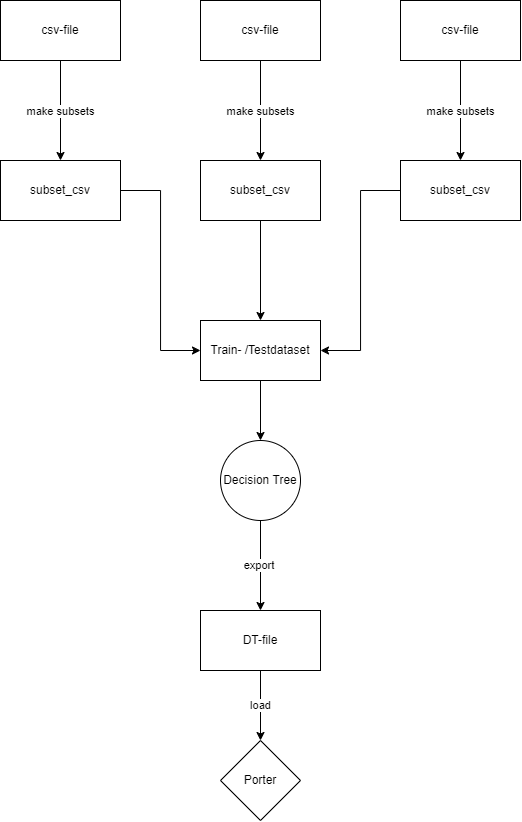
sandrosage/Monitoring_Converter_ML keeps this draw.io diagram as Data_Preprocessing_Sequencediagram.png. Above is the earlier version. Source tidied: cells renumbered, new cells last; positions are measured from the earlier drawing's top-left corner, leaving out a move shared by most shapes. The source it was exported from:
```xml
<mxGraphModel>
  <root>
    <mxCell id="0" />
    <mxCell id="1" parent="0" />
    <mxCell id="2" value="make subsets" style="edgeStyle=orthogonalEdgeStyle;rounded=0;jettySize=auto;html=1;" parent="1" edge="1" source="3" target="9">
      <mxGeometry relative="1" as="geometry" />
    </mxCell>
    <mxCell id="3" value="csv-file" style="rounded=0;whiteSpace=wrap;html=1;" parent="1" vertex="1">
      <mxGeometry width="120" height="60" as="geometry" />
    </mxCell>
    <mxCell id="4" value="make subsets" style="edgeStyle=orthogonalEdgeStyle;rounded=0;jettySize=auto;html=1;" parent="1" edge="1" source="5" target="11">
      <mxGeometry relative="1" as="geometry" />
    </mxCell>
    <mxCell id="5" value="csv-file" style="rounded=0;whiteSpace=wrap;html=1;" parent="1" vertex="1">
      <mxGeometry x="200" width="120" height="60" as="geometry" />
    </mxCell>
    <mxCell id="6" value="make subsets" style="edgeStyle=orthogonalEdgeStyle;rounded=0;jettySize=auto;html=1;" parent="1" edge="1" source="7" target="13">
      <mxGeometry relative="1" as="geometry" />
    </mxCell>
    <mxCell id="7" value="csv-file" style="rounded=0;whiteSpace=wrap;html=1;" parent="1" vertex="1">
      <mxGeometry x="400" width="120" height="60" as="geometry" />
    </mxCell>
    <mxCell id="8" style="edgeStyle=orthogonalEdgeStyle;rounded=0;jettySize=auto;html=1;entryX=0;entryY=0.5;entryDx=0;entryDy=0;" parent="1" edge="1" source="9" target="15">
      <mxGeometry relative="1" as="geometry" />
    </mxCell>
    <mxCell id="9" value="subset_csv" style="rounded=0;whiteSpace=wrap;html=1;" parent="1" vertex="1">
      <mxGeometry y="160" width="120" height="60" as="geometry" />
    </mxCell>
    <mxCell id="10" style="edgeStyle=orthogonalEdgeStyle;rounded=0;jettySize=auto;html=1;" parent="1" edge="1" source="11" target="15">
      <mxGeometry relative="1" as="geometry" />
    </mxCell>
    <mxCell id="11" value="subset_csv" style="rounded=0;whiteSpace=wrap;html=1;" parent="1" vertex="1">
      <mxGeometry x="200" y="160" width="120" height="60" as="geometry" />
    </mxCell>
    <mxCell id="12" style="edgeStyle=orthogonalEdgeStyle;rounded=0;jettySize=auto;html=1;entryX=1;entryY=0.5;entryDx=0;entryDy=0;" parent="1" edge="1" source="13" target="15">
      <mxGeometry relative="1" as="geometry" />
    </mxCell>
    <mxCell id="13" value="subset_csv" style="rounded=0;whiteSpace=wrap;html=1;" parent="1" vertex="1">
      <mxGeometry x="400" y="160" width="120" height="60" as="geometry" />
    </mxCell>
    <mxCell id="14" style="edgeStyle=orthogonalEdgeStyle;rounded=0;jettySize=auto;html=1;" parent="1" edge="1" source="15" target="17">
      <mxGeometry relative="1" as="geometry" />
    </mxCell>
    <mxCell id="15" value="Train- /Testdataset" style="rounded=0;whiteSpace=wrap;html=1;" parent="1" vertex="1">
      <mxGeometry x="200" y="320" width="120" height="60" as="geometry" />
    </mxCell>
    <mxCell id="16" value="export&amp;nbsp;" style="edgeStyle=orthogonalEdgeStyle;rounded=0;jettySize=auto;html=1;" parent="1" edge="1" source="17" target="19">
      <mxGeometry relative="1" as="geometry" />
    </mxCell>
    <mxCell id="17" value="Decision Tree" style="ellipse;whiteSpace=wrap;html=1;" parent="1" vertex="1">
      <mxGeometry x="220" y="440" width="80" height="80" as="geometry" />
    </mxCell>
    <mxCell id="18" value="load" style="edgeStyle=orthogonalEdgeStyle;rounded=0;jettySize=auto;html=1;" parent="1" edge="1" source="19" target="20">
      <mxGeometry relative="1" as="geometry" />
    </mxCell>
    <mxCell id="19" value="DT-file" style="whiteSpace=wrap;html=1;" parent="1" vertex="1">
      <mxGeometry x="200" y="610" width="120" height="60" as="geometry" />
    </mxCell>
    <mxCell id="20" value="Porter" style="rhombus;whiteSpace=wrap;html=1;" parent="1" vertex="1">
      <mxGeometry x="220" y="740" width="80" height="80" as="geometry" />
    </mxCell>
  </root>
</mxGraphModel>
```
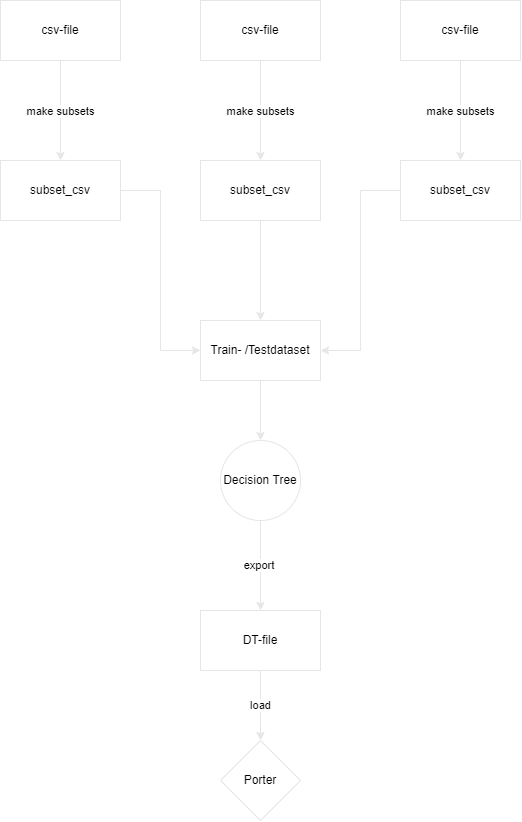
Above is the later version.

Commit message:
edit sequence diagram

What changed in the source:
```diff
@@ -2,61 +2,61 @@
   <root>
     <mxCell id="0" />
     <mxCell id="1" parent="0" />
-    <mxCell id="2" value="make subsets" style="edgeStyle=orthogonalEdgeStyle;rounded=0;jettySize=auto;html=1;" parent="1" edge="1" source="3" target="9">
+    <mxCell id="2" value="make subsets" style="edgeStyle=orthogonalEdgeStyle;rounded=0;jettySize=auto;html=1;strokeColor=#E6E6E6;" parent="1" edge="1" source="3" target="9">
       <mxGeometry relative="1" as="geometry" />
     </mxCell>
-    <mxCell id="3" value="csv-file" style="rounded=0;whiteSpace=wrap;html=1;" parent="1" vertex="1">
+    <mxCell id="3" value="csv-file" style="rounded=0;whiteSpace=wrap;html=1;strokeColor=#E6E6E6;" parent="1" vertex="1">
       <mxGeometry width="120" height="60" as="geometry" />
     </mxCell>
-    <mxCell id="4" value="make subsets" style="edgeStyle=orthogonalEdgeStyle;rounded=0;jettySize=auto;html=1;" parent="1" edge="1" source="5" target="11">
+    <mxCell id="4" value="make subsets" style="edgeStyle=orthogonalEdgeStyle;rounded=0;jettySize=auto;html=1;strokeColor=#E6E6E6;" parent="1" edge="1" source="5" target="11">
       <mxGeometry relative="1" as="geometry" />
     </mxCell>
-    <mxCell id="5" value="csv-file" style="rounded=0;whiteSpace=wrap;html=1;" parent="1" vertex="1">
+    <mxCell id="5" value="csv-file" style="rounded=0;whiteSpace=wrap;html=1;strokeColor=#E6E6E6;" parent="1" vertex="1">
       <mxGeometry x="200" width="120" height="60" as="geometry" />
     </mxCell>
-    <mxCell id="6" value="make subsets" style="edgeStyle=orthogonalEdgeStyle;rounded=0;jettySize=auto;html=1;" parent="1" edge="1" source="7" target="13">
+    <mxCell id="6" value="make subsets" style="edgeStyle=orthogonalEdgeStyle;rounded=0;jettySize=auto;html=1;strokeColor=#E6E6E6;" parent="1" edge="1" source="7" target="13">
       <mxGeometry relative="1" as="geometry" />
     </mxCell>
-    <mxCell id="7" value="csv-file" style="rounded=0;whiteSpace=wrap;html=1;" parent="1" vertex="1">
+    <mxCell id="7" value="csv-file" style="rounded=0;whiteSpace=wrap;html=1;strokeColor=#E6E6E6;" parent="1" vertex="1">
       <mxGeometry x="400" width="120" height="60" as="geometry" />
     </mxCell>
-    <mxCell id="8" style="edgeStyle=orthogonalEdgeStyle;rounded=0;jettySize=auto;html=1;entryX=0;entryY=0.5;entryDx=0;entryDy=0;" parent="1" edge="1" source="9" target="15">
+    <mxCell id="8" style="edgeStyle=orthogonalEdgeStyle;rounded=0;jettySize=auto;html=1;entryX=0;entryY=0.5;entryDx=0;entryDy=0;strokeColor=#E6E6E6;" parent="1" edge="1" source="9" target="15">
       <mxGeometry relative="1" as="geometry" />
     </mxCell>
-    <mxCell id="9" value="subset_csv" style="rounded=0;whiteSpace=wrap;html=1;" parent="1" vertex="1">
+    <mxCell id="9" value="subset_csv" style="rounded=0;whiteSpace=wrap;html=1;strokeColor=#E6E6E6;" parent="1" vertex="1">
       <mxGeometry y="160" width="120" height="60" as="geometry" />
     </mxCell>
-    <mxCell id="10" style="edgeStyle=orthogonalEdgeStyle;rounded=0;jettySize=auto;html=1;" parent="1" edge="1" source="11" target="15">
+    <mxCell id="10" style="edgeStyle=orthogonalEdgeStyle;rounded=0;jettySize=auto;html=1;strokeColor=#E6E6E6;" parent="1" edge="1" source="11" target="15">
       <mxGeometry relative="1" as="geometry" />
     </mxCell>
-    <mxCell id="11" value="subset_csv" style="rounded=0;whiteSpace=wrap;html=1;" parent="1" vertex="1">
+    <mxCell id="11" value="subset_csv" style="rounded=0;whiteSpace=wrap;html=1;strokeColor=#E6E6E6;" parent="1" vertex="1">
       <mxGeometry x="200" y="160" width="120" height="60" as="geometry" />
     </mxCell>
-    <mxCell id="12" style="edgeStyle=orthogonalEdgeStyle;rounded=0;jettySize=auto;html=1;entryX=1;entryY=0.5;entryDx=0;entryDy=0;" parent="1" edge="1" source="13" target="15">
+    <mxCell id="12" style="edgeStyle=orthogonalEdgeStyle;rounded=0;jettySize=auto;html=1;entryX=1;entryY=0.5;entryDx=0;entryDy=0;strokeColor=#E6E6E6;" parent="1" edge="1" source="13" target="15">
       <mxGeometry relative="1" as="geometry" />
     </mxCell>
-    <mxCell id="13" value="subset_csv" style="rounded=0;whiteSpace=wrap;html=1;" parent="1" vertex="1">
+    <mxCell id="13" value="subset_csv" style="rounded=0;whiteSpace=wrap;html=1;strokeColor=#E6E6E6;" parent="1" vertex="1">
       <mxGeometry x="400" y="160" width="120" height="60" as="geometry" />
     </mxCell>
-    <mxCell id="14" style="edgeStyle=orthogonalEdgeStyle;rounded=0;jettySize=auto;html=1;" parent="1" edge="1" source="15" target="17">
+    <mxCell id="14" style="edgeStyle=orthogonalEdgeStyle;rounded=0;jettySize=auto;html=1;strokeColor=#E6E6E6;" parent="1" edge="1" source="15" target="17">
       <mxGeometry relative="1" as="geometry" />
     </mxCell>
-    <mxCell id="15" value="Train- /Testdataset" style="rounded=0;whiteSpace=wrap;html=1;" parent="1" vertex="1">
+    <mxCell id="15" value="Train- /Testdataset" style="rounded=0;whiteSpace=wrap;html=1;strokeColor=#E6E6E6;" parent="1" vertex="1">
       <mxGeometry x="200" y="320" width="120" height="60" as="geometry" />
     </mxCell>
-    <mxCell id="16" value="export&amp;nbsp;" style="edgeStyle=orthogonalEdgeStyle;rounded=0;jettySize=auto;html=1;" parent="1" edge="1" source="17" target="19">
+    <mxCell id="16" value="export&amp;nbsp;" style="edgeStyle=orthogonalEdgeStyle;rounded=0;jettySize=auto;html=1;strokeColor=#E6E6E6;" parent="1" edge="1" source="17" target="19">
       <mxGeometry relative="1" as="geometry" />
     </mxCell>
-    <mxCell id="17" value="Decision Tree" style="ellipse;whiteSpace=wrap;html=1;" parent="1" vertex="1">
+    <mxCell id="17" value="Decision Tree" style="ellipse;whiteSpace=wrap;html=1;strokeColor=#E6E6E6;" parent="1" vertex="1">
       <mxGeometry x="220" y="440" width="80" height="80" as="geometry" />
     </mxCell>
-    <mxCell id="18" value="load" style="edgeStyle=orthogonalEdgeStyle;rounded=0;jettySize=auto;html=1;" parent="1" edge="1" source="19" target="20">
+    <mxCell id="18" value="load" style="edgeStyle=orthogonalEdgeStyle;rounded=0;jettySize=auto;html=1;strokeColor=#E6E6E6;" parent="1" edge="1" source="19" target="20">
       <mxGeometry relative="1" as="geometry" />
     </mxCell>
-    <mxCell id="19" value="DT-file" style="whiteSpace=wrap;html=1;" parent="1" vertex="1">
+    <mxCell id="19" value="DT-file" style="whiteSpace=wrap;html=1;strokeColor=#E6E6E6;" parent="1" vertex="1">
       <mxGeometry x="200" y="610" width="120" height="60" as="geometry" />
     </mxCell>
-    <mxCell id="20" value="Porter" style="rhombus;whiteSpace=wrap;html=1;" parent="1" vertex="1">
+    <mxCell id="20" value="Porter" style="rhombus;whiteSpace=wrap;html=1;strokeColor=#E6E6E6;" parent="1" vertex="1">
       <mxGeometry x="220" y="740" width="80" height="80" as="geometry" />
     </mxCell>
   </root>
```
